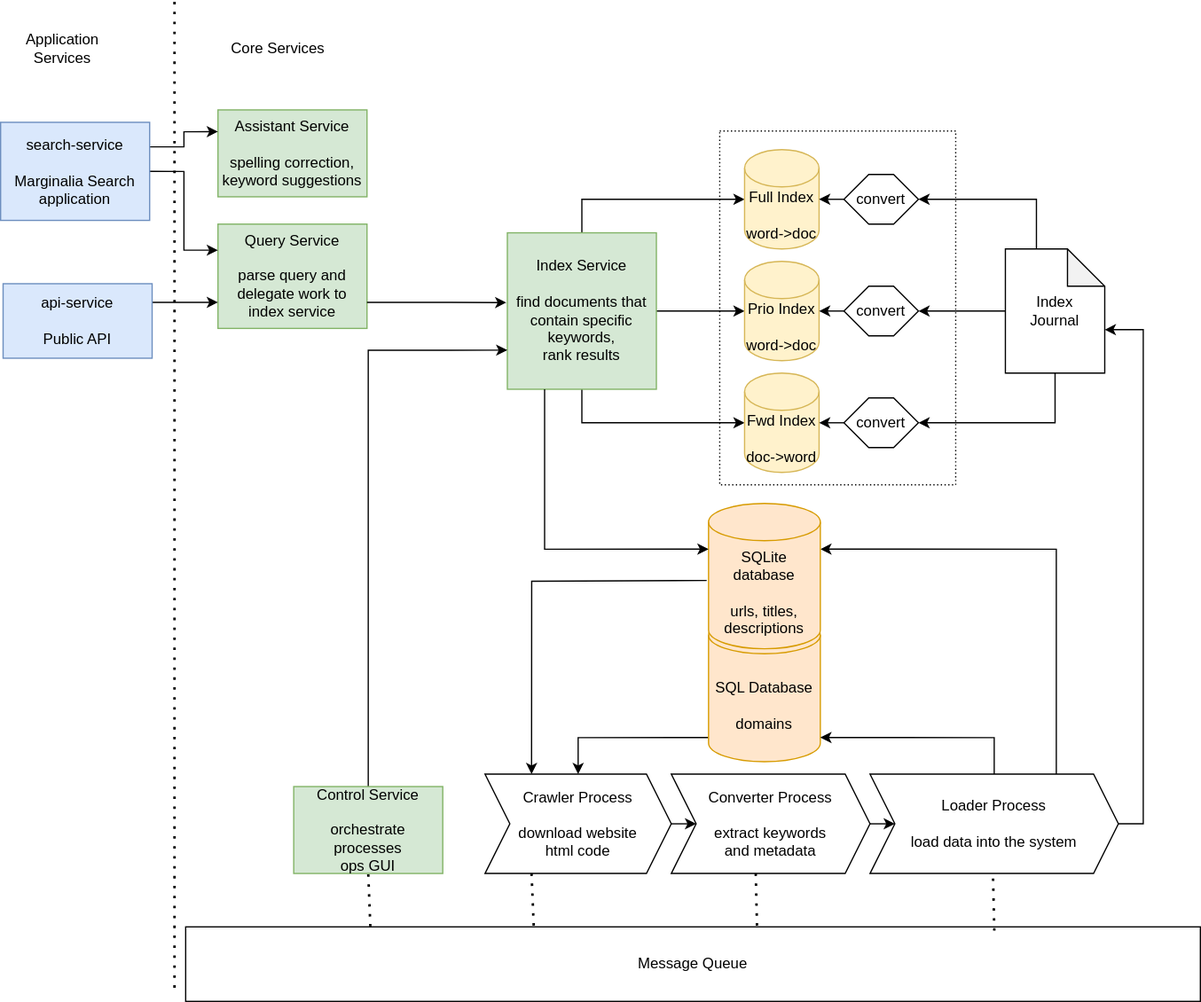
The draw.io diagram doc/diagram/conceptual-overview.svg in MarginaliaSearch/MarginaliaSearch, before a commit. Source tidied: cells renumbered, new cells last; positions are measured from the earlier drawing's top-left corner, leaving out a move shared by most shapes.
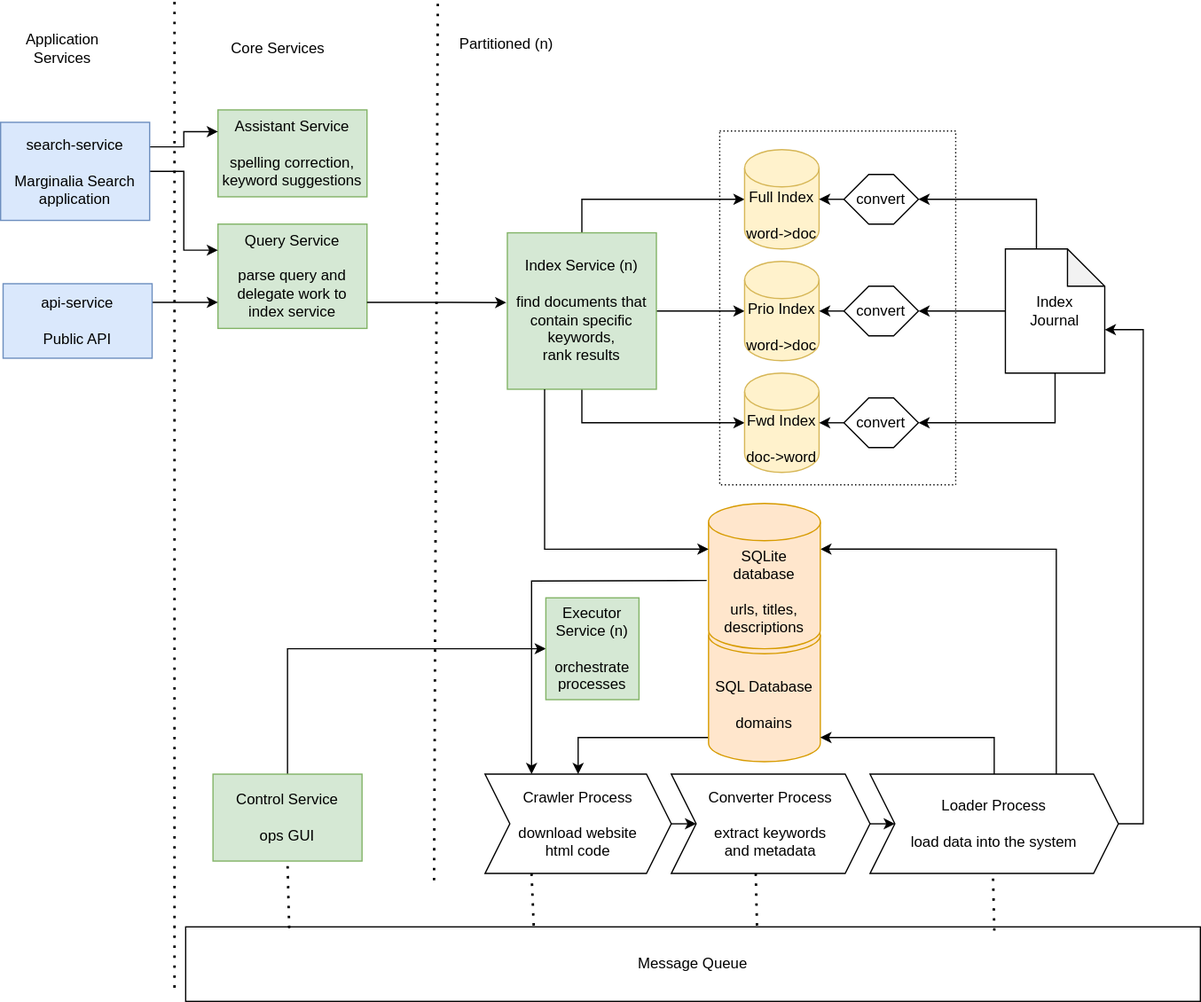
Above is the later version.

Change to the diagram source:
```diff
@@ -17,7 +17,7 @@
     <mxCell id="6" style="edgeStyle=orthogonalEdgeStyle;rounded=0;jettySize=auto;html=1;exitX=0.5;exitY=0;exitDx=0;exitDy=0;entryX=0;entryY=0.5;entryDx=0;entryDy=0;entryPerimeter=0;" parent="1" edge="1" source="7" target="10">
       <mxGeometry relative="1" as="geometry" />
     </mxCell>
-    <mxCell id="7" value="&lt;div&gt;Index Service&lt;br&gt;&lt;br&gt;find documents that&lt;br&gt;contain specific keywords,&lt;br&gt;&lt;/div&gt;&lt;div&gt;rank results&lt;/div&gt;" style="rounded=0;whiteSpace=wrap;html=1;fillColor=#d5e8d4;strokeColor=#82b366;" parent="1" vertex="1">
+    <mxCell id="7" value="&lt;div&gt;Index Service (n)&lt;br&gt;&lt;br&gt;find documents that&lt;br&gt;contain specific keywords,&lt;br&gt;&lt;/div&gt;&lt;div&gt;rank results&lt;/div&gt;" style="rounded=0;whiteSpace=wrap;html=1;fillColor=#d5e8d4;strokeColor=#82b366;" parent="1" vertex="1">
       <mxGeometry x="408" y="186" width="120" height="126" as="geometry" />
     </mxCell>
     <mxCell id="8" value="Fwd Index&lt;br&gt;&lt;br&gt;doc-&amp;gt;word" style="shape=cylinder3;whiteSpace=wrap;html=1;boundedLbl=1;backgroundOutline=1;size=15;fillColor=#fff2cc;strokeColor=#d6b656;" parent="1" vertex="1">
@@ -89,11 +89,11 @@
     <mxCell id="30" value="Index &lt;br&gt;Journal" style="shape=note;whiteSpace=wrap;html=1;backgroundOutline=1;darkOpacity=0.05;" parent="1" vertex="1">
       <mxGeometry x="809" y="199" width="80" height="100" as="geometry" />
     </mxCell>
-    <mxCell id="31" style="edgeStyle=orthogonalEdgeStyle;rounded=0;jettySize=auto;html=1;exitX=0.5;exitY=0;exitDx=0;exitDy=0;entryX=0;entryY=0.75;entryDx=0;entryDy=0;" parent="1" edge="1" source="32" target="7">
-      <mxGeometry relative="1" as="geometry" />
-    </mxCell>
+    <mxCell id="51" style="edgeStyle=orthogonalEdgeStyle;rounded=0;jettySize=auto;html=1;exitX=0.5;exitY=0;exitDx=0;exitDy=0;entryX=0;entryY=0.5;entryDx=0;entryDy=0;" parent="1" edge="1" source="32" target="52">
+      <mxGeometry relative="1" as="geometry" />
+    </mxCell>
-    <mxCell id="32" value="&lt;div&gt;Control Service&lt;/div&gt;&lt;div&gt;&lt;br&gt;&lt;/div&gt;&lt;div&gt;orchestrate processes&lt;/div&gt;&lt;div&gt;ops GUI&lt;br&gt;&lt;/div&gt;" style="rounded=0;whiteSpace=wrap;html=1;fillColor=#d5e8d4;strokeColor=#82b366;" parent="1" vertex="1">
-      <mxGeometry x="236" y="632" width="120" height="70" as="geometry" />
+    <mxCell id="32" value="&lt;div&gt;Control Service&lt;/div&gt;&lt;div&gt;&lt;br&gt;&lt;/div&gt;&lt;div&gt;ops GUI&lt;br&gt;&lt;/div&gt;" style="rounded=0;whiteSpace=wrap;html=1;fillColor=#d5e8d4;strokeColor=#82b366;" parent="1" vertex="1">
+      <mxGeometry x="171" y="622" width="120" height="70" as="geometry" />
     </mxCell>
     <mxCell id="33" value="Message Queue" style="rounded=0;whiteSpace=wrap;html=1;" parent="1" vertex="1">
       <mxGeometry x="149" y="745" width="817" height="60" as="geometry" />
@@ -113,7 +113,7 @@
         <mxPoint x="799.1" y="706" as="targetPoint" />
       </mxGeometry>
     </mxCell>
-    <mxCell id="37" style="endArrow=none;dashed=1;html=1;dashPattern=1 3;strokeWidth=2;rounded=0;entryX=0.5;entryY=1;entryDx=0;entryDy=0;exitX=0.182;exitY=-0.006;exitDx=0;exitDy=0;exitPerimeter=0;" parent="1" edge="1" source="33" target="32">
+    <mxCell id="37" style="endArrow=none;dashed=1;html=1;dashPattern=1 3;strokeWidth=2;rounded=0;entryX=0.5;entryY=1;entryDx=0;entryDy=0;exitX=0.102;exitY=0.017;exitDx=0;exitDy=0;exitPerimeter=0;" parent="1" edge="1" source="33" target="32">
       <mxGeometry relative="1" as="geometry" />
     </mxCell>
     <mxCell id="38" style="edgeStyle=orthogonalEdgeStyle;rounded=0;jettySize=auto;html=1;exitX=0;exitY=0;exitDx=0;exitDy=36.75;exitPerimeter=0;entryX=0.25;entryY=0;entryDx=0;entryDy=0;" parent="1" edge="1" target="20">
@@ -160,5 +160,17 @@
         <mxPoint x="140" as="targetPoint" />
       </mxGeometry>
     </mxCell>
+    <mxCell id="52" value="Executor Service (n)&lt;br&gt;&lt;br&gt;orchestrate processes" style="rounded=0;whiteSpace=wrap;html=1;fillColor=#d5e8d4;strokeColor=#82b366;" parent="1" vertex="1">
+      <mxGeometry x="439" y="480" width="75" height="82" as="geometry" />
+    </mxCell>
+    <mxCell id="53" style="endArrow=none;dashed=1;html=1;dashPattern=1 3;strokeWidth=2;rounded=0;" parent="1" edge="1">
+      <mxGeometry relative="1" as="geometry">
+        <mxPoint x="349" y="707.5" as="sourcePoint" />
+        <mxPoint x="352" as="targetPoint" />
+      </mxGeometry>
+    </mxCell>
+    <mxCell id="54" value="Partitioned (n)" style="text;html=1;strokeColor=none;fillColor=none;align=center;verticalAlign=middle;whiteSpace=wrap;rounded=0;" parent="1" vertex="1">
+      <mxGeometry x="367" y="19" width="81" height="30" as="geometry" />
+    </mxCell>
   </root>
 </mxGraphModel>
```
